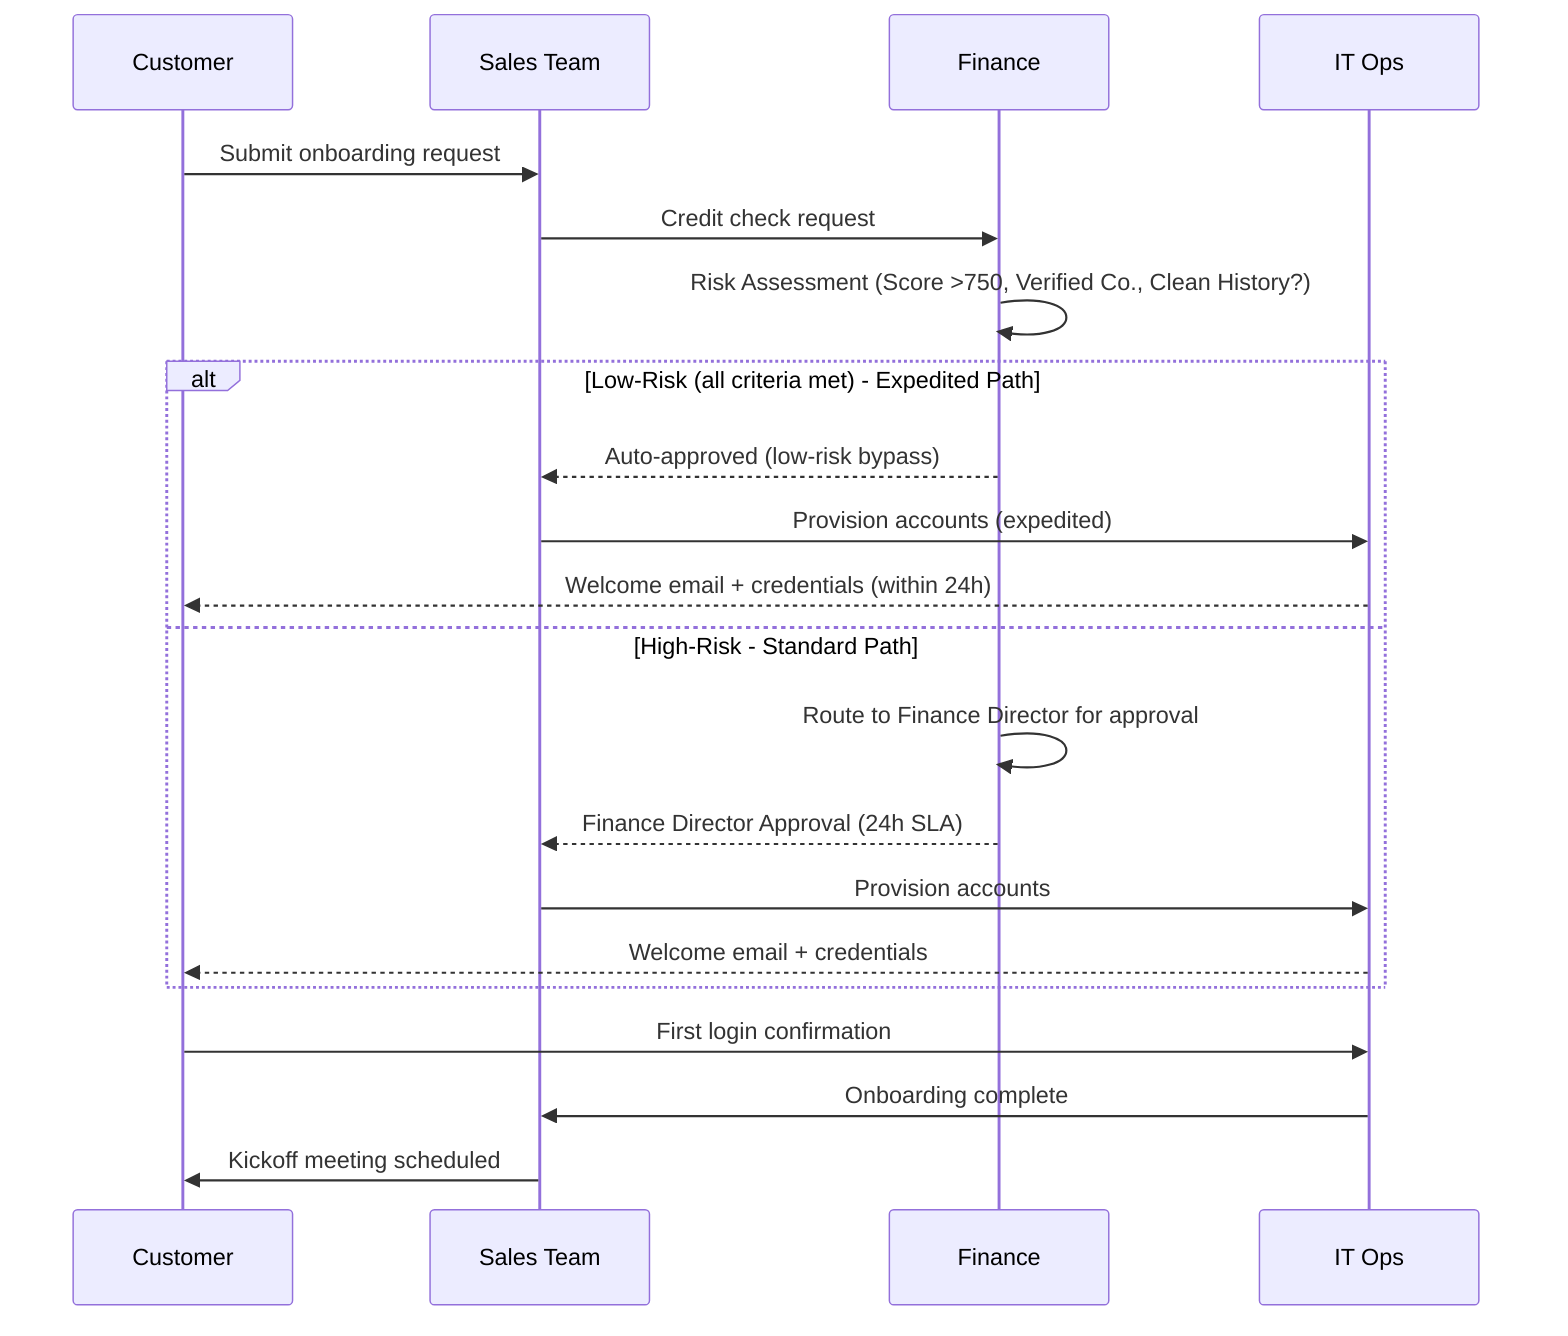
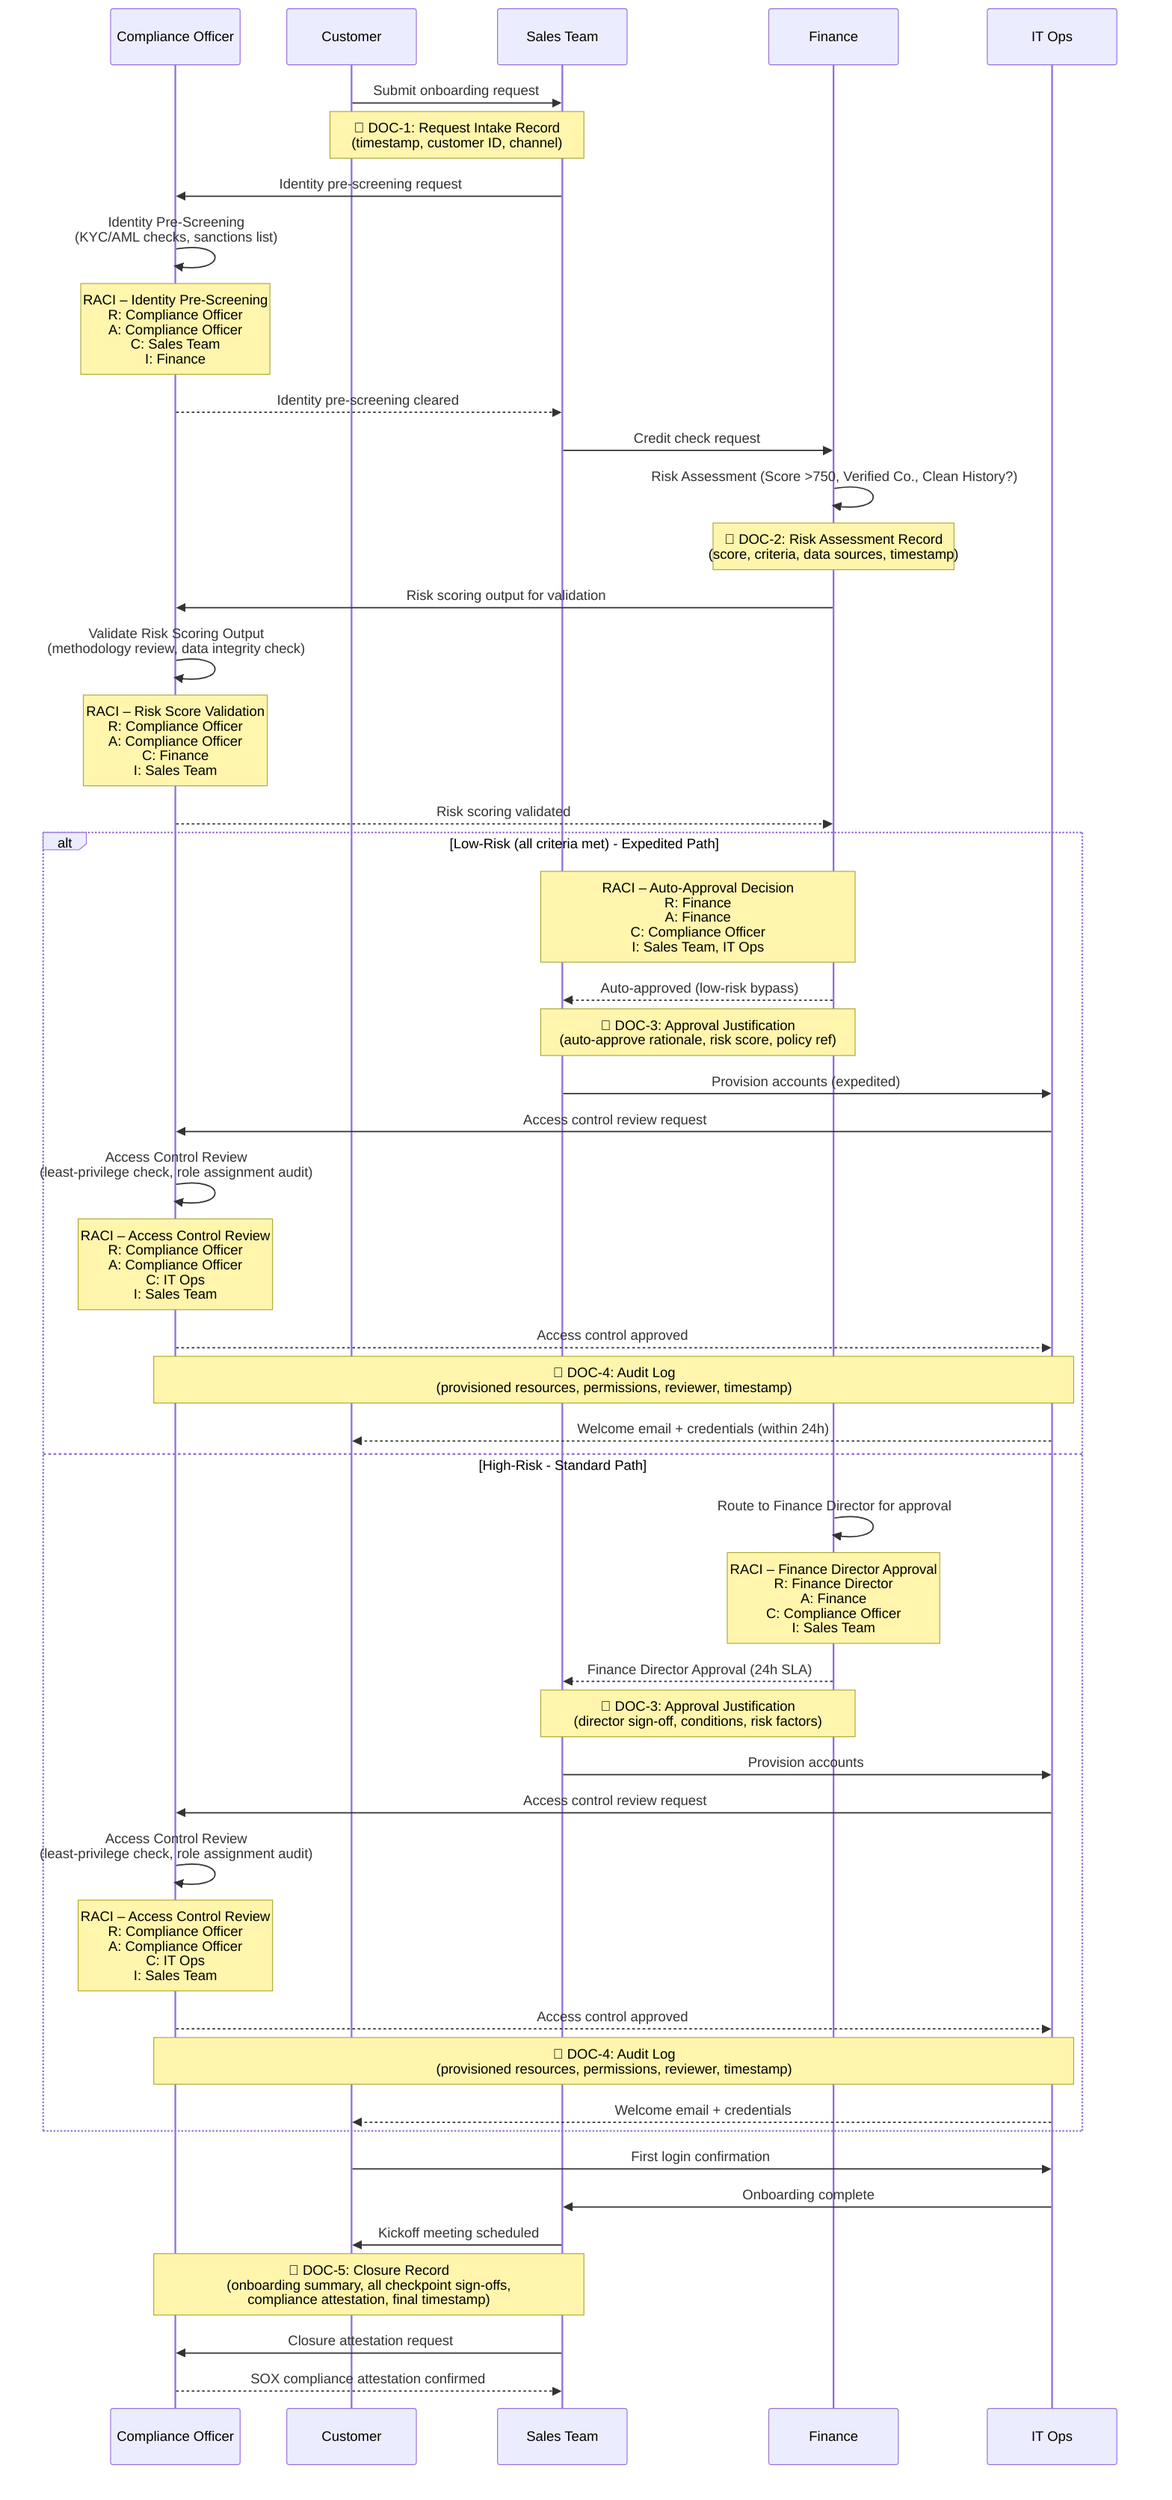
sequenceDiagram
+     participant CO as Compliance Officer
    participant C as Customer
    participant S as Sales Team
    participant F as Finance
    participant IT as IT Ops

+     %% ⚡ CHANGED SECTION - Request intake documentation & identity pre-screening
    C->>S: Submit onboarding request
+     Note over C,S: 📄 DOC-1: Request Intake Record<br/>(timestamp, customer ID, channel)
+     S->>CO: Identity pre-screening request
+     CO->>CO: Identity Pre-Screening<br/>(KYC/AML checks, sanctions list)
+     Note over CO: RACI – Identity Pre-Screening<br/>R: Compliance Officer<br/>A: Compliance Officer<br/>C: Sales Team<br/>I: Finance
+     CO-->>S: Identity pre-screening cleared
+     %% ⚡ END CHANGED SECTION
+ 
    S->>F: Credit check request
-     %% ⚡ CHANGED SECTION - Risk assessment after credit check
+ 
+     %% ⚡ CHANGED SECTION - Risk assessment with compliance validation & documentation
    F->>F: Risk Assessment (Score >750, Verified Co., Clean History?)
+     Note over F: 📄 DOC-2: Risk Assessment Record<br/>(score, criteria, data sources, timestamp)
+     F->>CO: Risk scoring output for validation
+     CO->>CO: Validate Risk Scoring Output<br/>(methodology review, data integrity check)
+     Note over CO: RACI – Risk Score Validation<br/>R: Compliance Officer<br/>A: Compliance Officer<br/>C: Finance<br/>I: Sales Team
+     CO-->>F: Risk scoring validated
+ 
    alt Low-Risk (all criteria met) - Expedited Path
+         Note over F,S: RACI – Auto-Approval Decision<br/>R: Finance<br/>A: Finance<br/>C: Compliance Officer<br/>I: Sales Team, IT Ops
        F-->>S: Auto-approved (low-risk bypass)
+         Note over F,S: 📄 DOC-3: Approval Justification<br/>(auto-approve rationale, risk score, policy ref)
        S->>IT: Provision accounts (expedited)
+         IT->>CO: Access control review request
+         CO->>CO: Access Control Review<br/>(least-privilege check, role assignment audit)
+         Note over CO: RACI – Access Control Review<br/>R: Compliance Officer<br/>A: Compliance Officer<br/>C: IT Ops<br/>I: Sales Team
+         CO-->>IT: Access control approved
+         Note over IT,CO: 📄 DOC-4: Audit Log<br/>(provisioned resources, permissions, reviewer, timestamp)
        IT-->>C: Welcome email + credentials (within 24h)
    else High-Risk - Standard Path
        F->>F: Route to Finance Director for approval
+         Note over F: RACI – Finance Director Approval<br/>R: Finance Director<br/>A: Finance<br/>C: Compliance Officer<br/>I: Sales Team
        F-->>S: Finance Director Approval (24h SLA)
+         Note over F,S: 📄 DOC-3: Approval Justification<br/>(director sign-off, conditions, risk factors)
        S->>IT: Provision accounts
+         IT->>CO: Access control review request
+         CO->>CO: Access Control Review<br/>(least-privilege check, role assignment audit)
+         Note over CO: RACI – Access Control Review<br/>R: Compliance Officer<br/>A: Compliance Officer<br/>C: IT Ops<br/>I: Sales Team
+         CO-->>IT: Access control approved
+         Note over IT,CO: 📄 DOC-4: Audit Log<br/>(provisioned resources, permissions, reviewer, timestamp)
        IT-->>C: Welcome email + credentials
    end
    %% ⚡ END CHANGED SECTION
+ 
    C->>IT: First login confirmation
    IT->>S: Onboarding complete
+ 
+     %% ⚡ CHANGED SECTION - Closure documentation
    S->>C: Kickoff meeting scheduled
+     Note over S,CO: 📄 DOC-5: Closure Record<br/>(onboarding summary, all checkpoint sign-offs,<br/>compliance attestation, final timestamp)
+     S->>CO: Closure attestation request
+     CO-->>S: SOX compliance attestation confirmed
+     %% ⚡ END CHANGED SECTION

%% EXPLANATION:
- %% Added a risk assessment step within Finance after the credit check request. An alt/else block now branches the flow: low-risk customers (score >750, verified company status, clean payment history) receive auto-approval and proceed directly to expedited account provisioning, while high-risk customers follow the original path requiring explicit Finance Director approval before provisioning. The post-provisioning steps (first login, onboarding complete, kickoff scheduling) remain shared for both paths.+ %% Added Compliance Officer as a new participant at the top of the diagram. Introduced three compliance checkpoints: (1) Identity Pre-Screening before the credit check with KYC/AML verification, (2) Risk Scoring Validation after Finance completes the risk assessment but before the routing decision, and (3) Access Control Review after account provisioning in both the expedited and standard paths. Five documentation gates are attached as Notes (not inline flow-blocking nodes): DOC-1 at request intake, DOC-2 at risk assessment output, DOC-3 at approval justification (in both alt branches), DOC-4 as audit logs after provisioning (both branches), and DOC-5 as a closure record after kickoff scheduling. Every major decision point carries a RACI annotation identifying Responsible, Accountable, Consulted, and Informed parties. All original business logic including the risk-based alt/else routing, expedited path, and post-provisioning steps remains completely intact.